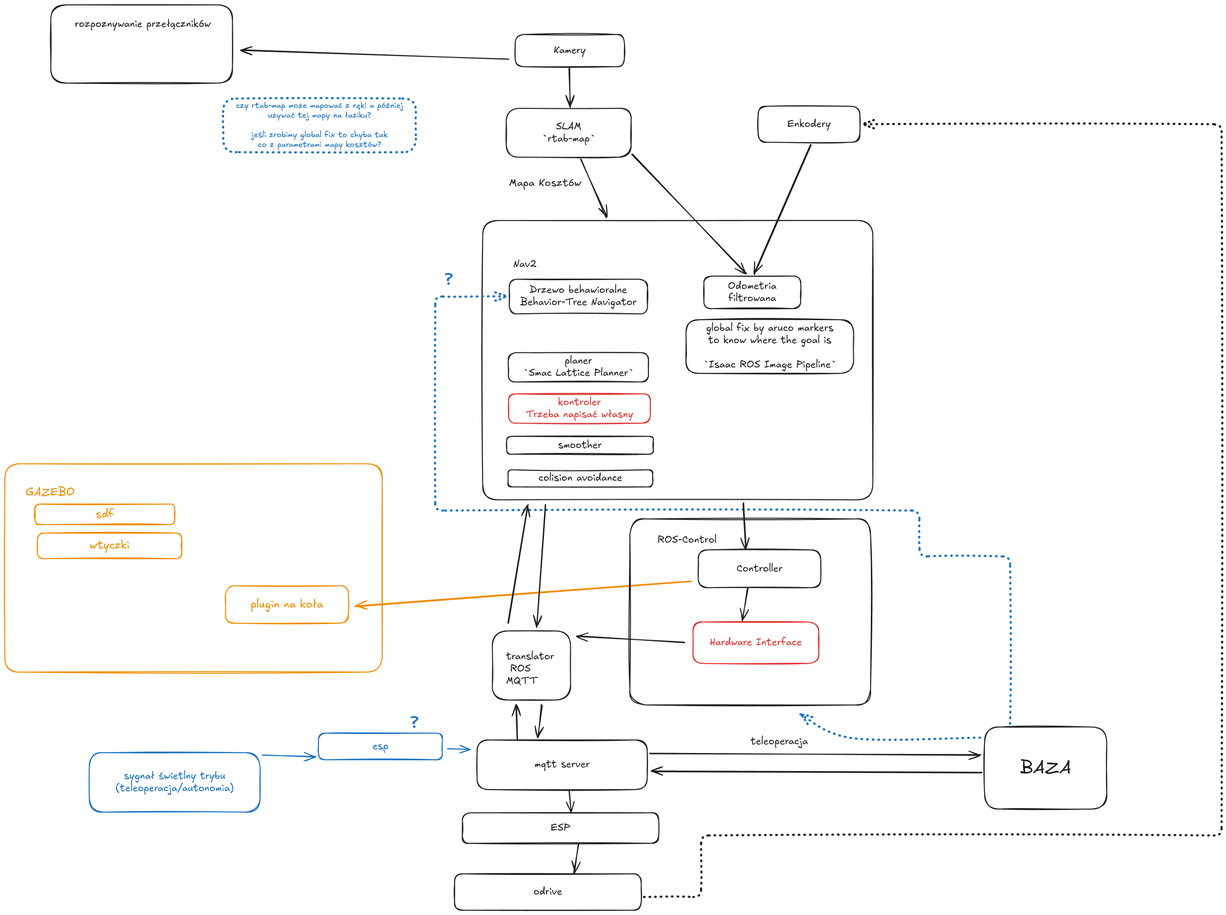
Above: PLAN.excalidraw.png in knmicrochip/ORION_VI_NAVIGATION_STACK (Excalidraw), before the change. Source tidied: one line per element, renumbered; positions are measured from the earlier drawing's top-left corner, leaving out a move shared by most shapes.
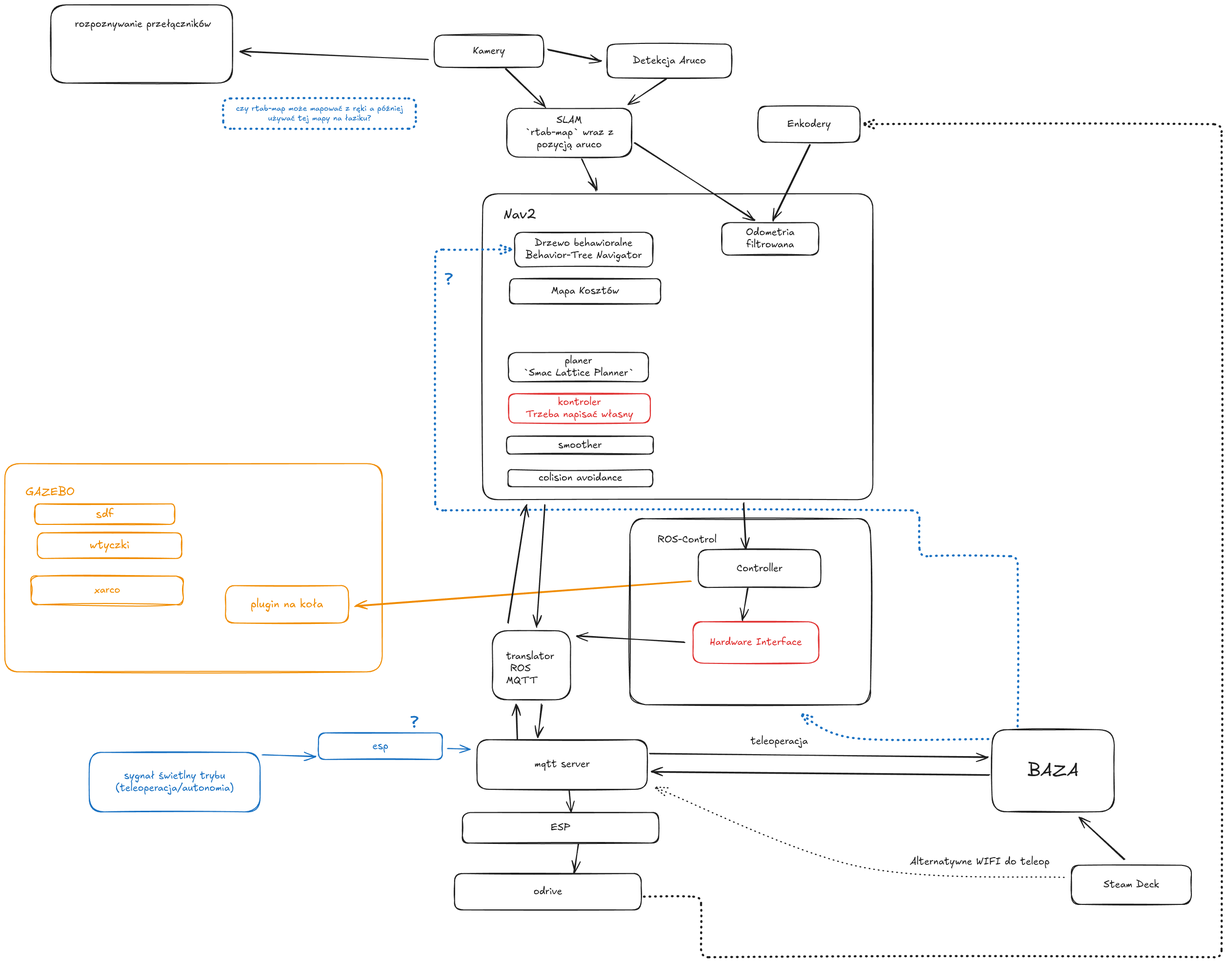
Later version of the same file.

Diff of the diagram source:
```diff
@@ -1,12 +1,11 @@
-{"id": 0, "type": "rectangle", "strokeColor": "#1e1e1e", "strokeWidth": 2, "roughness": 1, "round": true, "x": 1046, "y": 61, "width": 224, "height": 66}
+{"id": 0, "type": "rectangle", "strokeColor": "#1e1e1e", "strokeWidth": 2, "roughness": 1, "round": true, "x": 880, "y": 62, "width": 224, "height": 66}
-{"id": 1, "type": "text", "text": "Kamery", "strokeColor": "#1e1e1e", "strokeWidth": 2, "roughness": 1, "fontSize": 20, "fontFamily": 5, "textAlign": "center", "verticalAlign": "middle", "inside": 0, "x": 1125, "y": 81, "width": 66, "height": 25}
+{"id": 1, "type": "text", "text": "Kamery", "strokeColor": "#1e1e1e", "strokeWidth": 2, "roughness": 1, "fontSize": 20, "fontFamily": 5, "textAlign": "center", "verticalAlign": "middle", "inside": 0, "x": 959, "y": 82, "width": 66, "height": 25}
-{"id": 2, "type": "arrow", "strokeColor": "#1e1e1e", "strokeWidth": 2, "roughness": 1, "endArrowhead": "arrow", "round": true, "from": 0, "to": 3, "x": 1157, "y": 129, "width": 3, "height": 80, "points": [[0, 0], [3, 80]]}
+{"id": 2, "type": "arrow", "strokeColor": "#1e1e1e", "strokeWidth": 2, "roughness": 1, "endArrowhead": "arrow", "round": true, "from": 0, "to": 3, "x": 1027, "y": 131, "width": 82, "height": 79, "points": [[0, 0], [82, 79]]}
-{"id": 3, "type": "rectangle", "strokeColor": "#1e1e1e", "strokeWidth": 2, "roughness": 1, "round": true, "x": 1028, "y": 212, "width": 256, "height": 100}
+{"id": 3, "type": "rectangle", "strokeColor": "#1e1e1e", "strokeWidth": 2, "roughness": 1, "round": true, "x": 1029, "y": 212, "width": 256, "height": 100}
-{"id": 4, "type": "text", "text": "SLAM\n`rtab-map`", "strokeColor": "#1e1e1e", "strokeWidth": 2, "roughness": 1, "fontSize": 20, "fontFamily": 5, "textAlign": "center", "verticalAlign": "middle", "inside": 3, "x": 1100, "y": 237, "width": 110, "height": 50}
+{"id": 4, "type": "text", "text": "SLAM\n`rtab-map` wraz z\npozycją aruco", "strokeColor": "#1e1e1e", "strokeWidth": 2, "roughness": 1, "fontSize": 20, "fontFamily": 5, "textAlign": "center", "verticalAlign": "middle", "inside": 3, "x": 1066, "y": 225, "width": 182, "height": 75}
-{"id": 5, "type": "arrow", "strokeColor": "#1e1e1e", "strokeWidth": 2, "roughness": 1, "endArrowhead": "arrow", "round": true, "from": 3, "to": 7, "x": 1181, "y": 316, "width": 52, "height": 120, "points": [[0, 0], [52, 120]]}
+{"id": 5, "type": "arrow", "strokeColor": "#1e1e1e", "strokeWidth": 2, "roughness": 1, "endArrowhead": "arrow", "round": true, "from": 3, "to": 7, "x": 1183, "y": 316, "width": 29, "height": 65, "points": [[0, 0], [29, 65]]}
-{"id": 6, "type": "text", "text": "Mapa Kosztów", "strokeColor": "#1e1e1e", "strokeWidth": 2, "roughness": 1, "fontSize": 21.39, "fontFamily": 5, "x": 1033, "y": 352, "width": 149, "height": 27}
-{"id": 7, "type": "rectangle", "strokeColor": "#1e1e1e", "strokeWidth": 2, "roughness": 1, "round": true, "x": 979, "y": 442, "width": 800, "height": 572}
+{"id": 7, "type": "rectangle", "strokeColor": "#1e1e1e", "strokeWidth": 2, "roughness": 1, "round": true, "x": 979, "y": 387, "width": 800, "height": 627}
-{"id": 8, "type": "text", "text": "Nav2", "strokeColor": "#1e1e1e", "strokeWidth": 2, "roughness": 1, "fontSize": 20, "fontFamily": 5, "x": 1042, "y": 520, "width": 48, "height": 25}
+{"id": 8, "type": "text", "text": "Nav2", "strokeColor": "#1e1e1e", "strokeWidth": 2, "roughness": 1, "fontSize": 27.83, "fontFamily": 5, "x": 1022, "y": 414, "width": 67, "height": 35}
-{"id": 9, "type": "rectangle", "strokeColor": "#1e1e1e", "strokeWidth": 2, "roughness": 1, "round": true, "x": 1034, "y": 562, "width": 284, "height": 71}
+{"id": 9, "type": "rectangle", "strokeColor": "#1e1e1e", "strokeWidth": 2, "roughness": 1, "round": true, "x": 1045, "y": 466, "width": 284, "height": 71}
-{"id": 10, "type": "text", "text": "Drzewo behawioralne\nBehavior-Tree Navigator", "strokeColor": "#1e1e1e", "strokeWidth": 2, "roughness": 1, "fontSize": 20, "fontFamily": 5, "textAlign": "center", "verticalAlign": "middle", "inside": 9, "x": 1056, "y": 573, "width": 239, "height": 50}
+{"id": 10, "type": "text", "text": "Drzewo behawioralne\nBehavior-Tree Navigator", "strokeColor": "#1e1e1e", "strokeWidth": 2, "roughness": 1, "fontSize": 20, "fontFamily": 5, "textAlign": "center", "verticalAlign": "middle", "inside": 9, "x": 1067, "y": 477, "width": 239, "height": 50}
 {"id": 11, "type": "rectangle", "strokeColor": "#e03131", "strokeWidth": 2, "roughness": 1, "round": true, "x": 1033, "y": 797, "width": 290, "height": 60}
@@ -17,6 +16,6 @@
 {"id": 16, "type": "text", "text": "colision avoidance", "strokeColor": "#1e1e1e", "strokeWidth": 2, "roughness": 1, "fontSize": 20, "fontFamily": 5, "textAlign": "center", "verticalAlign": "middle", "inside": 15, "x": 1094, "y": 958, "width": 172, "height": 25}
-{"id": 17, "type": "arrow", "strokeColor": "#1e1e1e", "strokeWidth": 2, "roughness": 1, "endArrowhead": "arrow", "round": true, "from": 21, "to": 19, "x": 1653, "y": 286, "width": 117, "height": 266, "points": [[0, 0], [-117, 266]]}
+{"id": 17, "type": "arrow", "strokeColor": "#1e1e1e", "strokeWidth": 2, "roughness": 1, "endArrowhead": "arrow", "round": true, "from": 21, "to": 19, "x": 1651, "y": 286, "width": 77, "height": 156, "points": [[0, 0], [-77, 156]]}
-{"id": 18, "type": "arrow", "strokeColor": "#1e1e1e", "strokeWidth": 2, "roughness": 1, "endArrowhead": "arrow", "round": true, "from": 3, "to": 19, "x": 1285, "y": 305, "width": 235, "height": 246, "points": [[0, 0], [235, 246]]}
+{"id": 18, "type": "arrow", "strokeColor": "#1e1e1e", "strokeWidth": 2, "roughness": 1, "endArrowhead": "arrow", "round": true, "from": 3, "to": 19, "x": 1290, "y": 282, "width": 247, "height": 159, "points": [[0, 0], [247, 159]]}
-{"id": 19, "type": "rectangle", "strokeColor": "#1e1e1e", "strokeWidth": 2, "roughness": 1, "round": true, "x": 1433, "y": 556, "width": 198, "height": 67}
+{"id": 19, "type": "rectangle", "strokeColor": "#1e1e1e", "strokeWidth": 2, "roughness": 1, "round": true, "x": 1470, "y": 446, "width": 198, "height": 67}
-{"id": 20, "type": "text", "text": "Odometria\nfiltrowana", "strokeColor": "#1e1e1e", "strokeWidth": 2, "roughness": 1, "fontSize": 20, "fontFamily": 5, "textAlign": "center", "verticalAlign": "middle", "inside": 19, "x": 1482, "y": 564, "width": 100, "height": 50}
+{"id": 20, "type": "text", "text": "Odometria\nfiltrowana", "strokeColor": "#1e1e1e", "strokeWidth": 2, "roughness": 1, "fontSize": 20, "fontFamily": 5, "textAlign": "center", "verticalAlign": "middle", "inside": 19, "x": 1519, "y": 455, "width": 100, "height": 50}
 {"id": 21, "type": "rectangle", "strokeColor": "#1e1e1e", "strokeWidth": 2, "roughness": 1, "round": true, "x": 1544, "y": 208, "width": 209, "height": 74}
@@ -26,8 +25,6 @@
 {"id": 25, "type": "text", "text": "mqtt server", "strokeColor": "#1e1e1e", "strokeWidth": 2, "roughness": 1, "fontSize": 20, "fontFamily": 5, "textAlign": "center", "verticalAlign": "middle", "inside": 24, "x": 1086, "y": 1545, "width": 113, "height": 25}
-{"id": 26, "type": "rectangle", "strokeColor": "#1e1e1e", "strokeWidth": 2, "roughness": 1, "round": true, "x": 1396, "y": 645, "width": 344, "height": 110}
-{"id": 27, "type": "text", "text": "global fix by aruco markers\nto know where the goal is\n\n`Isaac ROS Image Pipeline`", "strokeColor": "#1e1e1e", "strokeWidth": 2, "roughness": 1, "fontSize": 20, "fontFamily": 5, "textAlign": "center", "verticalAlign": "middle", "inside": 26, "x": 1431, "y": 650, "width": 274, "height": 100}
-{"id": 28, "type": "arrow", "strokeColor": "#1e1e1e", "strokeWidth": 2, "roughness": 1, "endArrowhead": "arrow", "round": true, "from": 30, "to": 24, "x": 2003, "y": 1574, "width": 676, "height": 4, "points": [[0, 0], [-676, -4]]}
+{"id": 28, "type": "arrow", "strokeColor": "#1e1e1e", "strokeWidth": 2, "roughness": 1, "endArrowhead": "arrow", "round": true, "from": 30, "to": 24, "x": 2018, "y": 1580, "width": 692, "height": 8, "points": [[0, 0], [-692, -8]]}
-{"id": 29, "type": "arrow", "strokeColor": "#1e1e1e", "strokeWidth": 2, "roughness": 1, "endArrowhead": "arrow", "round": true, "from": 24, "to": 30, "x": 1322, "y": 1535, "width": 678, "height": 2, "points": [[0, 0], [678, 2]]}
+{"id": 29, "type": "arrow", "strokeColor": "#1e1e1e", "strokeWidth": 2, "roughness": 1, "endArrowhead": "arrow", "round": true, "from": 24, "to": 30, "x": 1322, "y": 1535, "width": 693, "height": 6, "points": [[0, 0], [693, 6]]}
-{"id": 30, "type": "rectangle", "strokeColor": "#1e1e1e", "strokeWidth": 2, "roughness": 1, "round": true, "x": 2008, "y": 1480, "width": 250, "height": 168}
+{"id": 30, "type": "rectangle", "strokeColor": "#1e1e1e", "strokeWidth": 2, "roughness": 1, "round": true, "x": 2023, "y": 1486, "width": 250, "height": 168}
-{"id": 31, "type": "text", "text": "BAZA", "strokeColor": "#1e1e1e", "strokeWidth": 2, "roughness": 1, "fontSize": 36, "fontFamily": 5, "textAlign": "center", "verticalAlign": "middle", "inside": 30, "x": 2081, "y": 1541, "width": 105, "height": 45}
+{"id": 31, "type": "text", "text": "BAZA", "strokeColor": "#1e1e1e", "strokeWidth": 2, "roughness": 1, "fontSize": 36, "fontFamily": 5, "textAlign": "center", "verticalAlign": "middle", "inside": 30, "x": 2096, "y": 1547, "width": 105, "height": 45}
 {"id": 32, "type": "text", "text": "teleoperacja", "strokeColor": "#1e1e1e", "strokeWidth": 2, "roughness": 1, "fontSize": 20, "fontFamily": 5, "x": 1528, "y": 1497, "width": 118, "height": 25}
@@ -42,8 +39,8 @@
 {"id": 41, "type": "arrow", "strokeColor": "#1e1e1e", "strokeWidth": 2, "roughness": 1, "endArrowhead": "arrow", "round": true, "from": 38, "to": 36, "x": 1175, "y": 1720, "width": 8, "height": 60, "points": [[0, 0], [-8, 60]]}
-{"id": 42, "type": "arrow", "strokeColor": "#1e1e1e", "strokeWidth": 4, "strokeStyle": "dotted", "roughness": 1, "endArrowhead": "arrow", "from": 36, "x": 1310, "y": 1828, "width": 1184, "height": 1583, "points": [[0, 0], [117, 0], [117, -126], [1184, -126], [1184, -1583], [448, -1583]]}
+{"id": 42, "type": "arrow", "strokeColor": "#1e1e1e", "strokeWidth": 4, "strokeStyle": "dotted", "roughness": 1, "endArrowhead": "arrow", "from": 36, "x": 1310, "y": 1828, "width": 1184, "height": 1708, "points": [[0, 0], [117, 0], [117, 124], [1184, 124], [1184, -1583], [448, -1583]]}
-{"id": 43, "type": "arrow", "strokeColor": "#1971c2", "strokeWidth": 4, "strokeStyle": "dotted", "roughness": 1, "endArrowhead": "arrow", "from": 30, "to": 9, "x": 2061, "y": 1473, "width": 1178, "height": 875, "points": [[0, 0], [0, -343], [-186, -343], [-186, -437], [-1178, -437], [-1178, -875], [-1032, -875]]}
+{"id": 43, "type": "arrow", "strokeColor": "#1971c2", "strokeWidth": 4, "strokeStyle": "dotted", "roughness": 1, "endArrowhead": "arrow", "from": 30, "to": 9, "x": 2076, "y": 1479, "width": 1194, "height": 978, "points": [[0, 0], [0, -349], [-201, -349], [-201, -443], [-1194, -443], [-1194, -978], [-1036, -978]]}
 {"id": 44, "type": "text", "text": "?", "strokeColor": "#1971c2", "strokeWidth": 4, "strokeStyle": "dotted", "roughness": 1, "fontSize": 36, "fontFamily": 5, "x": 901, "y": 542, "width": 17, "height": 45}
 {"id": 45, "type": "text", "text": "?", "strokeColor": "#1971c2", "strokeWidth": 4, "strokeStyle": "dotted", "roughness": 1, "fontSize": 36, "fontFamily": 5, "x": 831, "y": 1450, "width": 17, "height": 45}
-{"id": 46, "type": "rectangle", "strokeColor": "#1971c2", "strokeWidth": 4, "strokeStyle": "dotted", "roughness": 1, "round": true, "x": 447, "y": 192, "width": 395, "height": 110}
+{"id": 46, "type": "rectangle", "strokeColor": "#1971c2", "strokeWidth": 4, "strokeStyle": "dotted", "roughness": 1, "round": true, "x": 447, "y": 192, "width": 395, "height": 62}
-{"id": 47, "type": "text", "text": "czy rtab-map może mapować z ręki a później\nużywać tej mapy na łaziku?\n\njeśli zrobimy global fix to chyba tak\nco z parametrami mapy kosztów?", "strokeColor": "#1971c2", "strokeWidth": 4, "strokeStyle": "dotted", "roughness": 1, "fontSize": 16, "fontFamily": 5, "textAlign": "center", "verticalAlign": "middle", "inside": 46, "x": 474, "y": 197, "width": 342, "height": 100}
+{"id": 47, "type": "text", "text": "czy rtab-map może mapować z ręki a później\nużywać tej mapy na łaziku?", "strokeColor": "#1971c2", "strokeWidth": 4, "strokeStyle": "dotted", "roughness": 1, "fontSize": 16, "fontFamily": 5, "textAlign": "center", "verticalAlign": "middle", "inside": 46, "x": 474, "y": 203, "width": 342, "height": 40}
 {"id": 48, "type": "rectangle", "strokeColor": "#1e1e1e", "strokeWidth": 2, "roughness": 1, "round": true, "x": 1032, "y": 713, "width": 287, "height": 60}
@@ -55,3 +52,3 @@
 {"id": 54, "type": "text", "text": "Hardware Interface", "strokeColor": "#e03131", "strokeWidth": 2, "roughness": 1, "fontSize": 20, "fontFamily": 5, "textAlign": "center", "verticalAlign": "middle", "inside": 53, "x": 1445, "y": 1295, "width": 189, "height": 25}
-{"id": 55, "type": "arrow", "strokeColor": "#1e1e1e", "strokeWidth": 2, "roughness": 1, "endArrowhead": "arrow", "round": true, "from": 7, "to": 76, "x": 1514, "y": 1021, "width": 6, "height": 95, "points": [[0, 0], [6, 95]]}
+{"id": 55, "type": "arrow", "strokeColor": "#1e1e1e", "strokeWidth": 2, "roughness": 1, "endArrowhead": "arrow", "round": true, "from": 7, "to": 76, "x": 1514, "y": 1021, "width": 6, "height": 94, "points": [[0, 0], [6, 94]]}
 {"id": 56, "type": "arrow", "strokeColor": "#f08c00", "strokeWidth": 2, "roughness": 1, "endArrowhead": "arrow", "round": true, "from": 76, "to": 63, "x": 1407, "y": 1182, "width": 689, "height": 51, "points": [[0, 0], [-689, 51]]}
@@ -68,6 +65,6 @@
 {"id": 67, "type": "arrow", "strokeColor": "#1e1e1e", "strokeWidth": 2, "roughness": 1, "endArrowhead": "arrow", "round": true, "from": 24, "to": 65, "x": 1050, "y": 1505, "width": 1, "height": 71, "points": [[0, 0], [-1, -71]]}
-{"id": 68, "type": "arrow", "strokeColor": "#1e1e1e", "strokeWidth": 2, "roughness": 1, "endArrowhead": "arrow", "round": true, "from": 7, "to": 65, "x": 1108, "y": 1023, "width": 18, "height": 252, "points": [[0, 0], [-18, 252]]}
+{"id": 68, "type": "arrow", "strokeColor": "#1e1e1e", "strokeWidth": 2, "roughness": 1, "endArrowhead": "arrow", "round": true, "from": 7, "to": 65, "x": 1106, "y": 1024, "width": 17, "height": 251, "points": [[0, 0], [-17, 251]]}
 {"id": 69, "type": "arrow", "strokeColor": "#1e1e1e", "strokeWidth": 2, "roughness": 1, "endArrowhead": "arrow", "round": true, "from": 65, "to": 24, "x": 1100, "y": 1434, "width": 6, "height": 69, "points": [[0, 0], [-6, 69]]}
-{"id": 70, "type": "arrow", "strokeColor": "#1e1e1e", "strokeWidth": 2, "roughness": 1, "endArrowhead": "arrow", "round": true, "from": 65, "to": 7, "x": 1032, "y": 1268, "width": 41, "height": 244, "points": [[0, 0], [41, -244]]}
+{"id": 70, "type": "arrow", "strokeColor": "#1e1e1e", "strokeWidth": 2, "roughness": 1, "endArrowhead": "arrow", "round": true, "from": 65, "to": 7, "x": 1031, "y": 1268, "width": 39, "height": 243, "points": [[0, 0], [39, -243]]}
-{"id": 71, "type": "arrow", "strokeColor": "#1e1e1e", "strokeWidth": 2, "roughness": 1, "endArrowhead": "arrow", "round": true, "from": 0, "to": 72, "x": 1033, "y": 110, "width": 548, "height": 18, "points": [[0, 0], [-548, -18]]}
+{"id": 71, "type": "arrow", "strokeColor": "#1e1e1e", "strokeWidth": 2, "roughness": 1, "endArrowhead": "arrow", "round": true, "from": 0, "to": 72, "x": 868, "y": 111, "width": 385, "height": 16, "points": [[0, 0], [-385, -16]]}
 {"id": 72, "type": "rectangle", "strokeColor": "#1e1e1e", "strokeWidth": 2, "roughness": 1, "round": true, "x": 94, "y": 0, "width": 372, "height": 160}
@@ -75,3 +72,3 @@
 {"id": 74, "type": "rectangle", "strokeColor": "#1e1e1e", "strokeWidth": 2, "roughness": 2, "round": true, "x": 1281, "y": 1053, "width": 493, "height": 381}
-{"id": 75, "type": "arrow", "strokeColor": "#1971c2", "strokeWidth": 4, "strokeStyle": "dotted", "roughness": 1, "endArrowhead": "arrow", "round": true, "from": 30, "x": 1998, "y": 1502, "width": 367, "height": 48, "points": [[0, 0], [-259, -1], [-367, -48]]}
+{"id": 75, "type": "arrow", "strokeColor": "#1971c2", "strokeWidth": 4, "strokeStyle": "dotted", "roughness": 1, "endArrowhead": "arrow", "round": true, "from": 30, "x": 2015, "y": 1506, "width": 383, "height": 52, "points": [[0, 0], [-276, -4], [-383, -52]]}
 {"id": 76, "type": "rectangle", "strokeColor": "#1e1e1e", "strokeWidth": 2, "roughness": 1, "round": true, "x": 1421, "y": 1117, "width": 251, "height": 77}
@@ -80,1 +77,14 @@
 {"id": 79, "type": "text", "text": "ROS-Control", "strokeColor": "#1e1e1e", "strokeWidth": 2, "roughness": 1, "fontSize": 20, "fontFamily": 5, "x": 1337, "y": 1084, "width": 122, "height": 25}
+{"id": 80, "type": "rectangle", "strokeColor": "#1e1e1e", "strokeWidth": 2, "roughness": 1, "round": true, "x": 1035, "y": 561, "width": 310, "height": 52}
+{"id": 6, "type": "text", "text": "Mapa Kosztów", "strokeColor": "#1e1e1e", "strokeWidth": 2, "roughness": 1, "fontSize": 20, "fontFamily": 5, "textAlign": "center", "verticalAlign": "middle", "inside": 80, "x": 1120, "y": 575, "width": 139, "height": 25}
+{"id": 81, "type": "rectangle", "strokeColor": "#1e1e1e", "strokeWidth": 2, "roughness": 1, "round": true, "x": 1235, "y": 80, "width": 255, "height": 69}
+{"id": 82, "type": "text", "text": "Detekcja Aruco", "strokeColor": "#1e1e1e", "strokeWidth": 2, "roughness": 1, "fontSize": 20, "fontFamily": 5, "textAlign": "center", "verticalAlign": "middle", "inside": 81, "x": 1287, "y": 103, "width": 150, "height": 25}
+{"id": 83, "type": "arrow", "strokeColor": "#1e1e1e", "strokeWidth": 2, "roughness": 1, "endArrowhead": "arrow", "round": true, "from": 0, "to": 81, "x": 1113, "y": 92, "width": 110, "height": 23, "points": [[0, 0], [110, 23]]}
+{"id": 84, "type": "arrow", "strokeColor": "#1e1e1e", "strokeWidth": 2, "roughness": 1, "endArrowhead": "arrow", "round": true, "from": 81, "to": 3, "x": 1356, "y": 152, "width": 79, "height": 52, "points": [[0, 0], [-79, 52]]}
+{"id": 85, "type": "rectangle", "strokeColor": "#1e1e1e", "strokeWidth": 2, "roughness": 1, "round": true, "x": 2186, "y": 1764, "width": 246, "height": 80}
+{"id": 86, "type": "text", "text": "Steam Deck", "strokeColor": "#1e1e1e", "strokeWidth": 2, "roughness": 1, "fontSize": 20, "fontFamily": 5, "textAlign": "center", "verticalAlign": "middle", "inside": 85, "x": 2252, "y": 1791, "width": 114, "height": 25}
+{"id": 87, "type": "arrow", "strokeColor": "#1e1e1e", "strokeWidth": 2, "roughness": 1, "endArrowhead": "arrow", "round": true, "from": 85, "to": 30, "x": 2295, "y": 1752, "width": 93, "height": 87, "points": [[0, 0], [-93, -87]]}
+{"id": 88, "type": "arrow", "strokeColor": "#1e1e1e", "strokeWidth": 2, "strokeStyle": "dotted", "roughness": 2, "endArrowhead": "arrow", "round": true, "from": 85, "to": 24, "x": 2170, "y": 1787, "width": 835, "height": 180, "points": [[0, 0], [-423, -20], [-835, -180]]}
+{"id": 89, "type": "text", "text": "Alternatywne WIFI do teleop", "strokeColor": "#1e1e1e", "strokeWidth": 2, "strokeStyle": "dotted", "roughness": 2, "fontSize": 20, "fontFamily": 5, "x": 1855, "y": 1744, "width": 286, "height": 25}
+{"id": 90, "type": "rectangle", "strokeColor": "#f08c00", "strokeWidth": 2, "roughness": 2, "round": true, "x": 54, "y": 1171, "width": 312, "height": 58}
+{"id": 91, "type": "text", "text": "xarco", "strokeColor": "#f08c00", "strokeWidth": 2, "roughness": 2, "fontSize": 20, "fontFamily": 5, "textAlign": "center", "verticalAlign": "middle", "inside": 90, "x": 183, "y": 1188, "width": 53, "height": 25}
```
